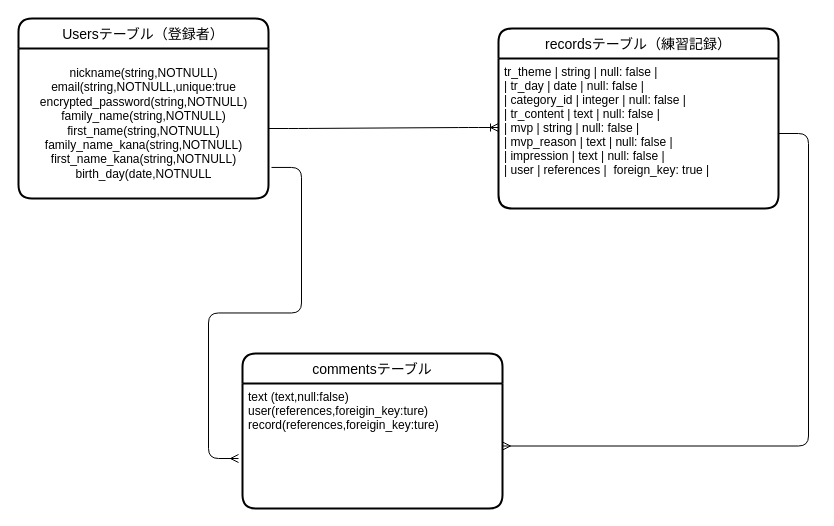
Above: build.dio in JunOno09/build-up (draw.io), before the change. Source tidied: cells renumbered, new cells numbered last; positions are measured from the earlier drawing's top-left corner, leaving out a move shared by most shapes. Both pictures are drawn from the tidied source at 100%, with x=0, y=0 at pixel (18, 18).
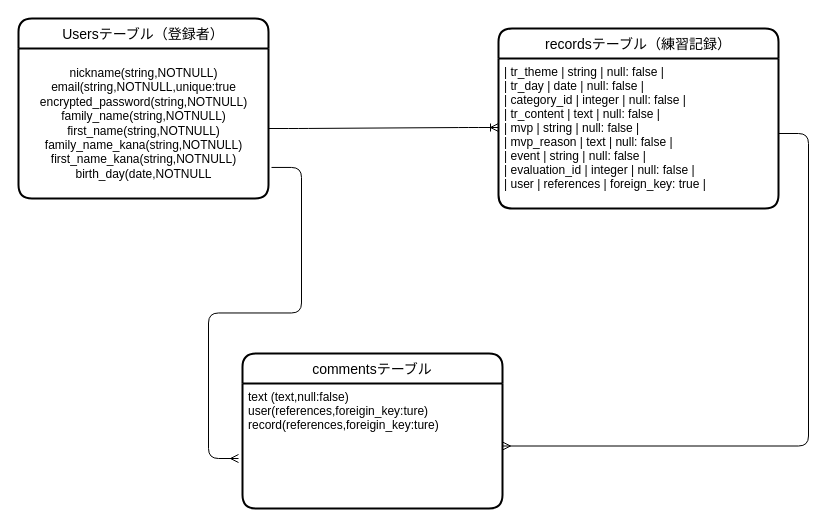
Above is the later version.

Diff of the diagram source:
```diff
@@
 <mxGraphModel>
   <root>
     <mxCell id="0" />
     <mxCell id="1" parent="0" />
     <mxCell id="2" value="Usersテーブル（登録者）" style="swimlane;horizontal=1;startSize=30;rounded=1;fontSize=14;fontStyle=0;strokeWidth=2;shadow=0;dashed=0;align=center;" parent="1" vertex="1">
       <mxGeometry width="250" height="180" as="geometry" />
     </mxCell>
     <mxCell id="3" value="&lt;span style=&quot;text-align: left&quot;&gt;nickname(string,NOTNULL)&lt;/span&gt;&lt;br style=&quot;padding: 0px ; margin: 0px ; text-align: left&quot;&gt;&lt;span style=&quot;text-align: left&quot;&gt;email(string,NOTNULL,unique:true&lt;/span&gt;&lt;br style=&quot;padding: 0px ; margin: 0px ; text-align: left&quot;&gt;&lt;span style=&quot;text-align: left&quot;&gt;encrypted_password(string,NOTNULL)&lt;/span&gt;&lt;br style=&quot;padding: 0px ; margin: 0px ; text-align: left&quot;&gt;&lt;span style=&quot;text-align: left&quot;&gt;family_name(string,NOTNULL)&lt;/span&gt;&lt;br style=&quot;padding: 0px ; margin: 0px ; text-align: left&quot;&gt;&lt;span style=&quot;text-align: left&quot;&gt;first_name(string,NOTNULL)&lt;/span&gt;&lt;br style=&quot;padding: 0px ; margin: 0px ; text-align: left&quot;&gt;&lt;span style=&quot;text-align: left&quot;&gt;family_name_kana(string,NOTNULL)&lt;/span&gt;&lt;br style=&quot;padding: 0px ; margin: 0px ; text-align: left&quot;&gt;&lt;span style=&quot;text-align: left&quot;&gt;first_name_kana(string,NOTNULL)&lt;/span&gt;&lt;br style=&quot;padding: 0px ; margin: 0px ; text-align: left&quot;&gt;&lt;span style=&quot;text-align: left&quot;&gt;birth_day(date,NOTNULL&lt;/span&gt;" style="text;html=1;align=center;verticalAlign=middle;points=[];" parent="2" vertex="1">
       <mxGeometry y="30" width="250" height="150" as="geometry" />
     </mxCell>
     <mxCell id="4" value="recordsテーブル（練習記録）" style="swimlane;horizontal=1;startSize=30;rounded=1;fontSize=14;fontStyle=0;strokeWidth=2;shadow=0;dashed=0;align=center;" parent="1" vertex="1">
       <mxGeometry x="480" y="10" width="280" height="180" as="geometry" />
     </mxCell>
-    <mxCell id="5" value="tr_theme         | string     | null: false                    |&#10;| tr_day           | date       | null: false                    |&#10;| category_id      | integer    | null: false                    |&#10;| tr_content       | text       | null: false                    |&#10;| mvp              | string     | null: false                    |&#10;| mvp_reason       | text       | null: false                    |&#10;| impression       | text       | null: false                    |&#10;| user             | references |  foreign_key: true |" style="align=left;strokeColor=none;fillColor=none;spacingLeft=4;fontSize=12;verticalAlign=top;" parent="4" vertex="1">
+    <mxCell id="5" value="| tr_theme         | string     | null: false                    |&#10;| tr_day           | date       | null: false                    |&#10;| category_id      | integer    | null: false                    |&#10;| tr_content       | text       | null: false                    |&#10;| mvp              | string     | null: false                    |&#10;| mvp_reason       | text       | null: false                    |&#10;| event            | string     | null: false                    |&#10;| evaluation_id    | integer    | null: false                    |&#10;| user             | references | foreign_key: true              |" style="align=left;strokeColor=none;fillColor=none;spacingLeft=4;fontSize=12;verticalAlign=top;" parent="4" vertex="1">
       <mxGeometry y="30" width="280" height="150" as="geometry" />
     </mxCell>
     <mxCell id="6" value="commentsテーブル" style="swimlane;horizontal=1;startSize=30;rounded=1;fontSize=14;fontStyle=0;strokeWidth=2;shadow=0;dashed=0;align=center;" parent="1" vertex="1">
       <mxGeometry x="224" y="335" width="260" height="155" as="geometry" />
     </mxCell>
     <mxCell id="7" value="text (text,null:false)&#10;user(references,foreigin_key:ture)&#10;record(references,foreigin_key:ture)" style="align=left;strokeColor=none;fillColor=none;spacingLeft=4;fontSize=12;verticalAlign=top;" parent="6" vertex="1">
       <mxGeometry y="30" width="260" height="125" as="geometry" />
     </mxCell>
     <mxCell id="8" style="edgeStyle=entityRelationEdgeStyle;fontSize=12;html=1;endArrow=ERoneToMany;entryX=0;entryY=0.46;entryDx=0;entryDy=0;entryPerimeter=0;" parent="1" edge="1" target="5">
       <mxGeometry relative="1" as="geometry">
         <mxPoint x="250" y="110" as="sourcePoint" />
       </mxGeometry>
     </mxCell>
     <mxCell id="9" style="edgeStyle=entityRelationEdgeStyle;fontSize=12;html=1;endArrow=none;startArrow=ERmany;exitX=1;exitY=0.5;exitDx=0;exitDy=0;startFill=0;endFill=0;" parent="1" edge="1" source="7" target="5">
       <mxGeometry relative="1" as="geometry" />
     </mxCell>
     <mxCell id="10" style="edgeStyle=entityRelationEdgeStyle;fontSize=12;html=1;endArrow=ERmany;exitX=1.012;exitY=0.793;exitDx=0;exitDy=0;exitPerimeter=0;" parent="1" edge="1" source="3">
       <mxGeometry relative="1" as="geometry">
         <mxPoint x="220" y="440" as="targetPoint" />
       </mxGeometry>
     </mxCell>
   </root>
 </mxGraphModel>
```
